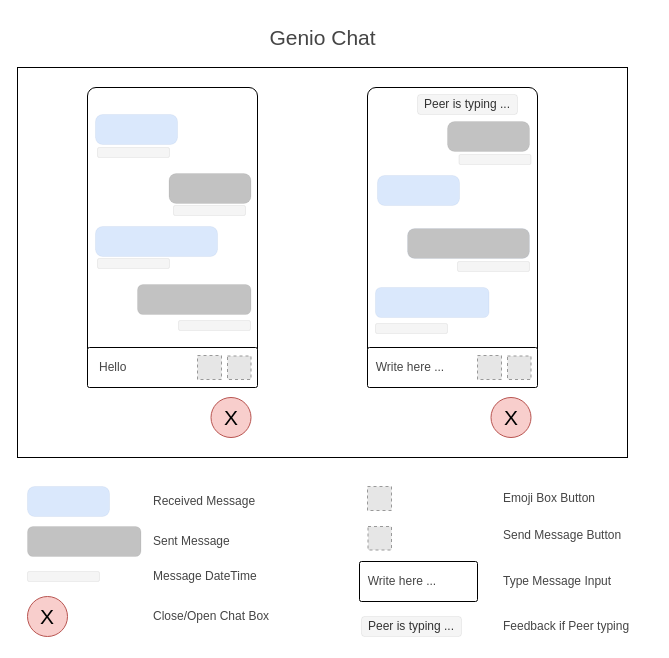
Before: Doc/mockup.drawio in mohammedmrm/genioChat, a draw.io diagram. Source tidied: cells renumbered, new cells numbered last; positions are measured from the earlier drawing's top-left corner, leaving out a move shared by most shapes. Both pictures are drawn from the tidied source at 100%, with x=0, y=0 at pixel (17, 17). Pictures stored in the file or linked from it are replaced by grey dashed boxes.
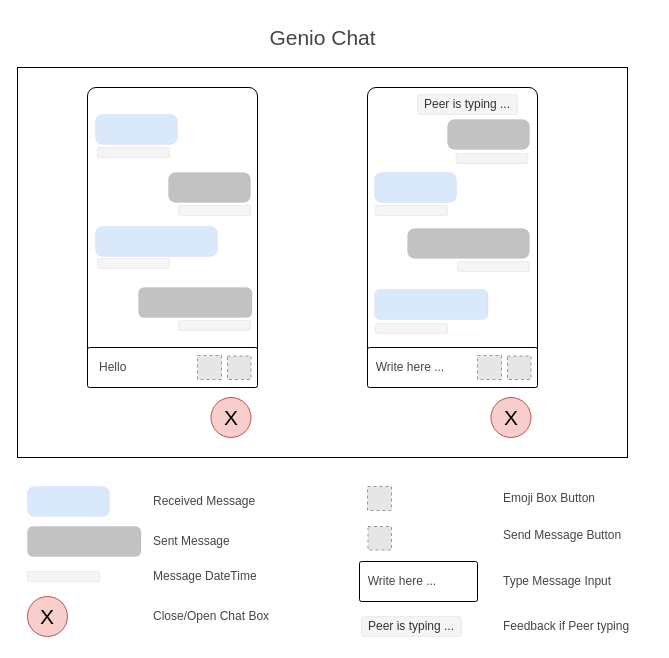
After the change.

The edit, as a diff of the source:
```diff
@@
     <mxCell id="9" style="rounded=1;whiteSpace=wrap;html=1;fontSize=21;fillColor=#C2C2C2;strokeColor=#666666;strokeWidth=0;arcSize=18;fontColor=#333333;" parent="1" vertex="1">
-      <mxGeometry x="120" y="267" width="113.5" height="30" as="geometry" />
+      <mxGeometry x="121" y="270" width="113.5" height="30" as="geometry" />
     </mxCell>
@@
     <mxCell id="11" style="rounded=1;whiteSpace=wrap;html=1;fontSize=21;fillColor=#C2C2C2;strokeColor=#666666;strokeWidth=0;arcSize=24;fontColor=#333333;" parent="1" vertex="1">
-      <mxGeometry x="151.5" y="156" width="82" height="30" as="geometry" />
+      <mxGeometry x="151" y="155" width="82" height="30" as="geometry" />
     </mxCell>
@@
     <mxCell id="13" style="rounded=1;whiteSpace=wrap;html=1;fontSize=21;strokeWidth=0;fillColor=#f5f5f5;strokeColor=#666666;fontColor=#333333;" parent="1" vertex="1">
-      <mxGeometry x="156" y="188" width="72" height="10" as="geometry" />
+      <mxGeometry x="161" y="188" width="72" height="10" as="geometry" />
     </mxCell>
@@
-    <mxCell id="16" style="rounded=1;whiteSpace=wrap;html=1;arcSize=5;" parent="1" vertex="1">
+    <mxCell id="16" style="rounded=1;whiteSpace=wrap;html=1;arcSize=5;shadow=0;" parent="1" vertex="1">
       <mxGeometry x="350" y="70" width="170" height="300" as="geometry" />
     </mxCell>
@@
     <mxCell id="21" style="rounded=1;whiteSpace=wrap;html=1;fontSize=21;fillColor=#C2C2C2;strokeColor=#666666;strokeWidth=0;arcSize=24;fontColor=#333333;" parent="1" vertex="1">
-      <mxGeometry x="430" y="104" width="82" height="30" as="geometry" />
+      <mxGeometry x="430" y="102" width="82" height="30" as="geometry" />
     </mxCell>
     <mxCell id="22" style="rounded=1;whiteSpace=wrap;html=1;fontSize=21;fillColor=#dae8fc;strokeColor=#6c8ebf;strokeWidth=0;arcSize=18;" parent="1" vertex="1">
-      <mxGeometry x="358" y="270" width="113.5" height="30" as="geometry" />
+      <mxGeometry x="357" y="272" width="113.5" height="30" as="geometry" />
     </mxCell>
@@
     <mxCell id="24" style="rounded=1;whiteSpace=wrap;html=1;fontSize=21;fillColor=#dae8fc;strokeColor=#6c8ebf;strokeWidth=0;arcSize=24;" parent="1" vertex="1">
-      <mxGeometry x="360" y="158" width="82" height="30" as="geometry" />
+      <mxGeometry x="357" y="155" width="82" height="30" as="geometry" />
     </mxCell>
     <mxCell id="25" style="rounded=1;whiteSpace=wrap;html=1;fontSize=21;strokeWidth=0;fillColor=#f5f5f5;strokeColor=#666666;fontColor=#333333;" parent="1" vertex="1">
-      <mxGeometry x="441.5" y="137" width="72" height="10" as="geometry" />
+      <mxGeometry x="438.5" y="136" width="72" height="10" as="geometry" />
     </mxCell>
@@
+    <mxCell id="46" style="rounded=1;whiteSpace=wrap;html=1;fontSize=21;strokeWidth=0;fillColor=#f5f5f5;strokeColor=#666666;fontColor=#333333;" parent="1" vertex="1">
+      <mxGeometry x="358" y="188" width="72" height="10" as="geometry" />
+    </mxCell>
```
